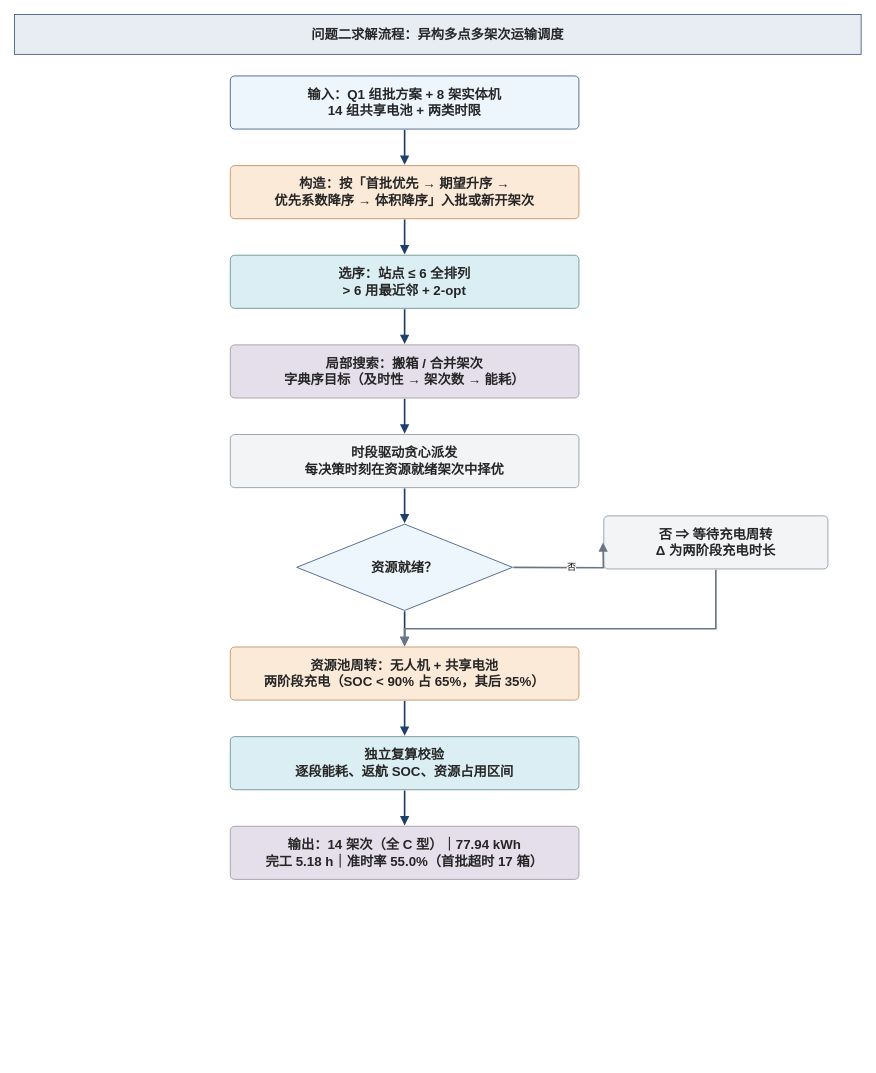
Earlier version of the draw.io diagram otheragent/diagrams/f02_flow.drawio (starfruitsz/MathAgent). Source tidied: cells renumbered, new cells numbered last; positions are measured from the earlier drawing's top-left corner, leaving out a move shared by most shapes. Both pictures are drawn from the tidied source at 83%, with x=0, y=0 at pixel (14, 14).
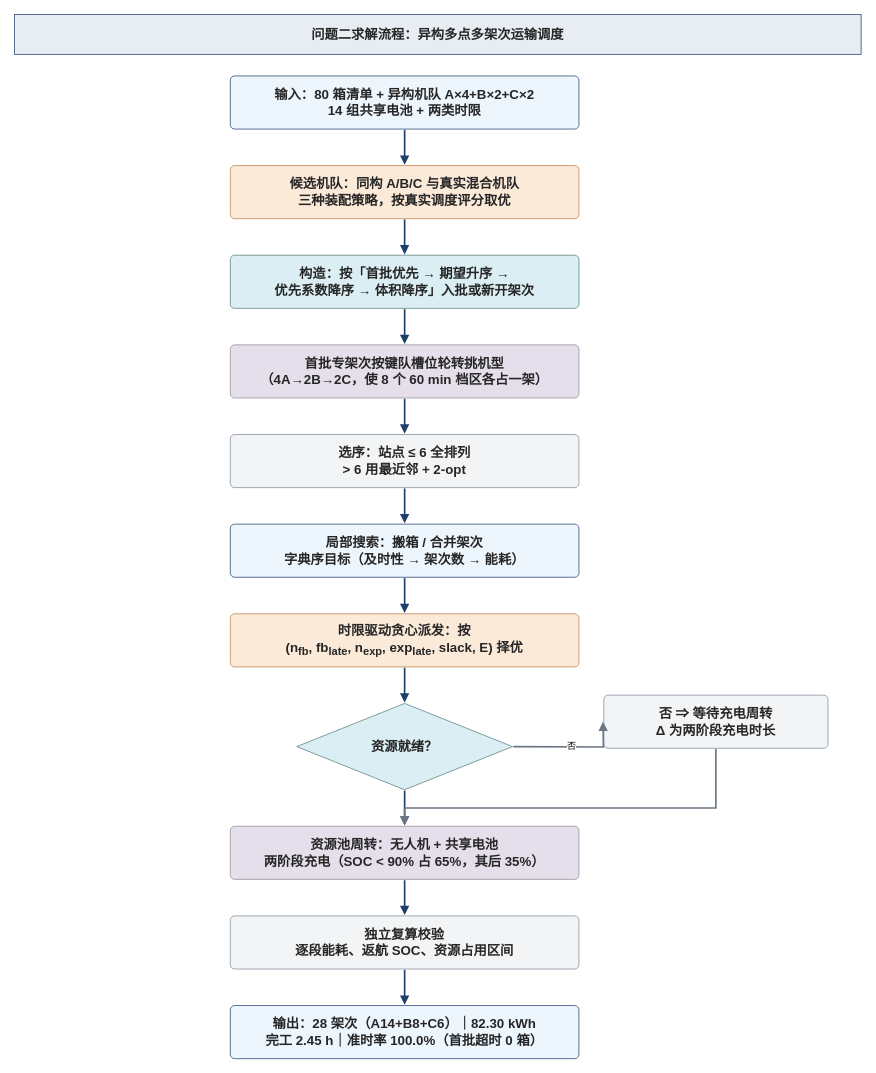
Above is the later version.

The edit, as a diff of the source:
```diff
@@
-    <mxCell id="3" value="输入：Q1 组批方案 + 8 架实体机&lt;br&gt;14 组共享电池 + 两类时限" style="rounded=1;arcSize=8;whiteSpace=wrap;html=1;fillColor=#eef6fd;strokeColor=#3b547f;strokeWidth=1;fontSize=16;fontStyle=1;fontColor=#262626;fontFamily=Microsoft YaHei,PingFang SC,Helvetica;align=center;verticalAlign=middle;" parent="1" vertex="1">
+    <mxCell id="3" value="输入：80 箱清单 + 异构机队 A×4+B×2+C×2&lt;br&gt;14 组共享电池 + 两类时限" style="rounded=1;arcSize=8;whiteSpace=wrap;html=1;fillColor=#eef6fd;strokeColor=#3b547f;strokeWidth=1;fontSize=16;fontStyle=1;fontColor=#262626;fontFamily=Microsoft YaHei,PingFang SC,Helvetica;align=center;verticalAlign=middle;" parent="1" vertex="1">
       <mxGeometry x="260" y="74" width="420" height="64" as="geometry" />
     </mxCell>
-    <mxCell id="4" value="构造：按「首批优先 → 期望升序 →&lt;br&gt;优先系数降序 → 体积降序」入批或新开架次" style="rounded=1;arcSize=8;whiteSpace=wrap;html=1;fillColor=#fcead9;strokeColor=#c08b5c;strokeWidth=1;fontSize=16;fontStyle=1;fontColor=#262626;fontFamily=Microsoft YaHei,PingFang SC,Helvetica;align=center;verticalAlign=middle;" parent="1" vertex="1">
+    <mxCell id="4" value="候选机队：同构 A/B/C 与真实混合机队&lt;br&gt;三种装配策略，按真实调度评分取优" style="rounded=1;arcSize=8;whiteSpace=wrap;html=1;fillColor=#fcead9;strokeColor=#c08b5c;strokeWidth=1;fontSize=16;fontStyle=1;fontColor=#262626;fontFamily=Microsoft YaHei,PingFang SC,Helvetica;align=center;verticalAlign=middle;" parent="1" vertex="1">
       <mxGeometry x="260" y="182" width="420" height="64" as="geometry" />
     </mxCell>
@@
-    <mxCell id="6" value="选序：站点 ≤ 6 全排列&lt;br&gt;&gt; 6 用最近邻 + 2-opt" style="rounded=1;arcSize=8;whiteSpace=wrap;html=1;fillColor=#dbeef4;strokeColor=#668d89;strokeWidth=1;fontSize=16;fontStyle=1;fontColor=#262626;fontFamily=Microsoft YaHei,PingFang SC,Helvetica;align=center;verticalAlign=middle;" parent="1" vertex="1">
+    <mxCell id="6" value="构造：按「首批优先 → 期望升序 →&lt;br&gt;优先系数降序 → 体积降序」入批或新开架次" style="rounded=1;arcSize=8;whiteSpace=wrap;html=1;fillColor=#dbeef4;strokeColor=#668d89;strokeWidth=1;fontSize=16;fontStyle=1;fontColor=#262626;fontFamily=Microsoft YaHei,PingFang SC,Helvetica;align=center;verticalAlign=middle;" parent="1" vertex="1">
       <mxGeometry x="260" y="290" width="420" height="64" as="geometry" />
     </mxCell>
@@
-    <mxCell id="8" value="局部搜索：搬箱 / 合并架次&lt;br&gt;字典序目标（及时性 → 架次数 → 能耗）" style="rounded=1;arcSize=8;whiteSpace=wrap;html=1;fillColor=#e5dfeb;strokeColor=#9b979f;strokeWidth=1;fontSize=16;fontStyle=1;fontColor=#262626;fontFamily=Microsoft YaHei,PingFang SC,Helvetica;align=center;verticalAlign=middle;" parent="1" vertex="1">
+    <mxCell id="8" value="首批专架次按键队槽位轮转挑机型&lt;br&gt;（4A→2B→2C，使 8 个 60 min 档区各占一架）" style="rounded=1;arcSize=8;whiteSpace=wrap;html=1;fillColor=#e5dfeb;strokeColor=#9b979f;strokeWidth=1;fontSize=16;fontStyle=1;fontColor=#262626;fontFamily=Microsoft YaHei,PingFang SC,Helvetica;align=center;verticalAlign=middle;" parent="1" vertex="1">
       <mxGeometry x="260" y="398" width="420" height="64" as="geometry" />
     </mxCell>
@@
-    <mxCell id="10" value="时段驱动贪心派发&lt;br&gt;每决策时刻在资源就绪架次中择优" style="rounded=1;arcSize=8;whiteSpace=wrap;html=1;fillColor=#f2f4f6;strokeColor=#8a97a3;strokeWidth=1;fontSize=16;fontStyle=1;fontColor=#262626;fontFamily=Microsoft YaHei,PingFang SC,Helvetica;align=center;verticalAlign=middle;" parent="1" vertex="1">
+    <mxCell id="10" value="选序：站点 ≤ 6 全排列&lt;br&gt;&gt; 6 用最近邻 + 2-opt" style="rounded=1;arcSize=8;whiteSpace=wrap;html=1;fillColor=#f2f4f6;strokeColor=#8a97a3;strokeWidth=1;fontSize=16;fontStyle=1;fontColor=#262626;fontFamily=Microsoft YaHei,PingFang SC,Helvetica;align=center;verticalAlign=middle;" parent="1" vertex="1">
       <mxGeometry x="260" y="506" width="420" height="64" as="geometry" />
     </mxCell>
@@
+    <mxCell id="23" value="局部搜索：搬箱 / 合并架次&lt;br&gt;字典序目标（及时性 → 架次数 → 能耗）" style="rounded=1;arcSize=8;whiteSpace=wrap;html=1;fillColor=#eef6fd;strokeColor=#3b547f;strokeWidth=1;fontSize=16;fontStyle=1;fontColor=#262626;fontFamily=Microsoft YaHei,PingFang SC,Helvetica;align=center;verticalAlign=middle;" parent="1" vertex="1">
+      <mxGeometry x="260" y="614" width="420" height="64" as="geometry" />
+    </mxCell>
+    <mxCell id="13" style="edgeStyle=orthogonalEdgeStyle;rounded=0;html=1;endArrow=block;endFill=1;endSize=6;strokeColor=#1f3f6b;strokeWidth=2;" parent="1" edge="1">
+      <mxGeometry relative="1" as="geometry">
+        <mxPoint x="470" y="571" as="sourcePoint" />
+        <mxPoint x="470" y="613" as="targetPoint" />
+      </mxGeometry>
+    </mxCell>
+    <mxCell id="24" value="时限驱动贪心派发：按&lt;br&gt;(n&lt;sub&gt;fb&lt;/sub&gt;, fb&lt;sub&gt;late&lt;/sub&gt;, n&lt;sub&gt;exp&lt;/sub&gt;, exp&lt;sub&gt;late&lt;/sub&gt;, slack, E) 择优" style="rounded=1;arcSize=8;whiteSpace=wrap;html=1;fillColor=#fcead9;strokeColor=#c08b5c;strokeWidth=1;fontSize=16;fontStyle=1;fontColor=#262626;fontFamily=Microsoft YaHei,PingFang SC,Helvetica;align=center;verticalAlign=middle;" parent="1" vertex="1">
+      <mxGeometry x="260" y="722" width="420" height="64" as="geometry" />
+    </mxCell>
+    <mxCell id="15" style="edgeStyle=orthogonalEdgeStyle;rounded=0;html=1;endArrow=block;endFill=1;endSize=6;strokeColor=#1f3f6b;strokeWidth=2;" parent="1" edge="1">
+      <mxGeometry relative="1" as="geometry">
+        <mxPoint x="470" y="679" as="sourcePoint" />
+        <mxPoint x="470" y="721" as="targetPoint" />
+      </mxGeometry>
+    </mxCell>
-    <mxCell id="12" value="资源就绪？" style="rhombus;whiteSpace=wrap;html=1;fillColor=#eef6fd;strokeColor=#3b547f;strokeWidth=1;fontSize=16;fontStyle=1;fontColor=#262626;fontFamily=Microsoft YaHei,PingFang SC,Helvetica;align=center;verticalAlign=middle;" parent="1" vertex="1">
-      <mxGeometry x="340" y="614" width="260" height="104" as="geometry" />
+    <mxCell id="12" value="资源就绪？" style="rhombus;whiteSpace=wrap;html=1;fillColor=#dbeef4;strokeColor=#668d89;strokeWidth=1;fontSize=16;fontStyle=1;fontColor=#262626;fontFamily=Microsoft YaHei,PingFang SC,Helvetica;align=center;verticalAlign=middle;" parent="1" vertex="1">
+      <mxGeometry x="340" y="830" width="260" height="104" as="geometry" />
     </mxCell>
-    <mxCell id="13" style="edgeStyle=orthogonalEdgeStyle;rounded=0;html=1;endArrow=block;endFill=1;endSize=6;strokeColor=#1f3f6b;strokeWidth=2;" parent="1" edge="1">
-      <mxGeometry relative="1" as="geometry">
-        <mxPoint x="470" y="571" as="sourcePoint" />
-        <mxPoint x="470" y="613" as="targetPoint" />
-      </mxGeometry>
-    </mxCell>
+    <mxCell id="17" style="edgeStyle=orthogonalEdgeStyle;rounded=0;html=1;endArrow=block;endFill=1;endSize=6;strokeColor=#1f3f6b;strokeWidth=2;" parent="1" edge="1">
+      <mxGeometry relative="1" as="geometry">
+        <mxPoint x="470" y="787" as="sourcePoint" />
+        <mxPoint x="470" y="829" as="targetPoint" />
+      </mxGeometry>
+    </mxCell>
     <mxCell id="14" value="否 ⇒ 等待充电周转&lt;br&gt;Δ 为两阶段充电时长" style="rounded=1;arcSize=8;whiteSpace=wrap;html=1;fillColor=#f2f4f6;strokeColor=#8a97a3;strokeWidth=1;fontSize=16;fontStyle=1;fontColor=#262626;fontFamily=Microsoft YaHei,PingFang SC,Helvetica;align=center;verticalAlign=middle;" parent="1" vertex="1">
-      <mxGeometry x="710" y="604" width="270" height="64" as="geometry" />
+      <mxGeometry x="710" y="820" width="270" height="64" as="geometry" />
     </mxCell>
-    <mxCell id="15" value="否" style="edgeStyle=orthogonalEdgeStyle;rounded=0;html=1;endArrow=block;endFill=1;endSize=6;strokeColor=#6b7684;strokeWidth=2;" parent="1" edge="1">
-      <mxGeometry relative="1" as="geometry">
-        <mxPoint x="601" y="666" as="sourcePoint" />
-        <mxPoint x="709" y="636" as="targetPoint" />
-      </mxGeometry>
-    </mxCell>
+    <mxCell id="25" value="否" style="edgeStyle=orthogonalEdgeStyle;rounded=0;html=1;endArrow=block;endFill=1;endSize=6;strokeColor=#6b7684;strokeWidth=2;" parent="1" edge="1">
+      <mxGeometry relative="1" as="geometry">
+        <mxPoint x="601" y="882" as="sourcePoint" />
+        <mxPoint x="709" y="852" as="targetPoint" />
+      </mxGeometry>
+    </mxCell>
-    <mxCell id="16" value="资源池周转：无人机 + 共享电池&lt;br&gt;两阶段充电（SOC &lt; 90% 占 65%，其后 35%）" style="rounded=1;arcSize=8;whiteSpace=wrap;html=1;fillColor=#fcead9;strokeColor=#c08b5c;strokeWidth=1;fontSize=16;fontStyle=1;fontColor=#262626;fontFamily=Microsoft YaHei,PingFang SC,Helvetica;align=center;verticalAlign=middle;" parent="1" vertex="1">
-      <mxGeometry x="260" y="762" width="420" height="64" as="geometry" />
+    <mxCell id="16" value="资源池周转：无人机 + 共享电池&lt;br&gt;两阶段充电（SOC &lt; 90% 占 65%，其后 35%）" style="rounded=1;arcSize=8;whiteSpace=wrap;html=1;fillColor=#e5dfeb;strokeColor=#9b979f;strokeWidth=1;fontSize=16;fontStyle=1;fontColor=#262626;fontFamily=Microsoft YaHei,PingFang SC,Helvetica;align=center;verticalAlign=middle;" parent="1" vertex="1">
+      <mxGeometry x="260" y="978" width="420" height="64" as="geometry" />
     </mxCell>
-    <mxCell id="17" style="edgeStyle=orthogonalEdgeStyle;rounded=0;html=1;endArrow=block;endFill=1;endSize=6;strokeColor=#1f3f6b;strokeWidth=2;" parent="1" edge="1">
-      <mxGeometry relative="1" as="geometry">
-        <mxPoint x="470" y="719" as="sourcePoint" />
-        <mxPoint x="470" y="761" as="targetPoint" />
-      </mxGeometry>
-    </mxCell>
-    <mxCell id="18" style="edgeStyle=orthogonalEdgeStyle;rounded=0;html=1;endArrow=block;endFill=1;endSize=6;strokeColor=#6b7684;strokeWidth=2;" parent="1" edge="1">
-      <mxGeometry relative="1" as="geometry">
-        <mxPoint x="845" y="669" as="sourcePoint" />
-        <mxPoint x="470" y="761" as="targetPoint" />
-        <Array as="points">
-          <mxPoint x="845" y="740" />
-          <mxPoint x="470" y="740" />
-        </Array>
-      </mxGeometry>
-    </mxCell>
+    <mxCell id="26" style="edgeStyle=orthogonalEdgeStyle;rounded=0;html=1;endArrow=block;endFill=1;endSize=6;strokeColor=#1f3f6b;strokeWidth=2;" parent="1" edge="1">
+      <mxGeometry relative="1" as="geometry">
+        <mxPoint x="470" y="935" as="sourcePoint" />
+        <mxPoint x="470" y="977" as="targetPoint" />
+      </mxGeometry>
+    </mxCell>
+    <mxCell id="22" style="edgeStyle=orthogonalEdgeStyle;rounded=0;html=1;endArrow=block;endFill=1;endSize=6;strokeColor=#6b7684;strokeWidth=2;" parent="1" edge="1">
+      <mxGeometry relative="1" as="geometry">
+        <mxPoint x="845" y="885" as="sourcePoint" />
+        <mxPoint x="470" y="977" as="targetPoint" />
+        <Array as="points">
+          <mxPoint x="845" y="956" />
+          <mxPoint x="470" y="956" />
+        </Array>
+      </mxGeometry>
+    </mxCell>
-    <mxCell id="19" value="独立复算校验&lt;br&gt;逐段能耗、返航 SOC、资源占用区间" style="rounded=1;arcSize=8;whiteSpace=wrap;html=1;fillColor=#dbeef4;strokeColor=#668d89;strokeWidth=1;fontSize=16;fontStyle=1;fontColor=#262626;fontFamily=Microsoft YaHei,PingFang SC,Helvetica;align=center;verticalAlign=middle;" parent="1" vertex="1">
-      <mxGeometry x="260" y="870" width="420" height="64" as="geometry" />
+    <mxCell id="19" value="独立复算校验&lt;br&gt;逐段能耗、返航 SOC、资源占用区间" style="rounded=1;arcSize=8;whiteSpace=wrap;html=1;fillColor=#f2f4f6;strokeColor=#8a97a3;strokeWidth=1;fontSize=16;fontStyle=1;fontColor=#262626;fontFamily=Microsoft YaHei,PingFang SC,Helvetica;align=center;verticalAlign=middle;" parent="1" vertex="1">
+      <mxGeometry x="260" y="1086" width="420" height="64" as="geometry" />
     </mxCell>
-    <mxCell id="20" style="edgeStyle=orthogonalEdgeStyle;rounded=0;html=1;endArrow=block;endFill=1;endSize=6;strokeColor=#1f3f6b;strokeWidth=2;" parent="1" edge="1">
-      <mxGeometry relative="1" as="geometry">
-        <mxPoint x="470" y="827" as="sourcePoint" />
-        <mxPoint x="470" y="869" as="targetPoint" />
-      </mxGeometry>
-    </mxCell>
-    <mxCell id="21" value="输出：14 架次（全 C 型）｜77.94 kWh&lt;br&gt;完工 5.18 h｜准时率 55.0%（首批超时 17 箱）" style="rounded=1;arcSize=8;whiteSpace=wrap;html=1;fillColor=#e5dfeb;strokeColor=#9b979f;strokeWidth=1;fontSize=16;fontStyle=1;fontColor=#262626;fontFamily=Microsoft YaHei,PingFang SC,Helvetica;align=center;verticalAlign=middle;" parent="1" vertex="1">
-      <mxGeometry x="260" y="978" width="420" height="64" as="geometry" />
-    </mxCell>
-    <mxCell id="22" style="edgeStyle=orthogonalEdgeStyle;rounded=0;html=1;endArrow=block;endFill=1;endSize=6;strokeColor=#1f3f6b;strokeWidth=2;" parent="1" edge="1">
-      <mxGeometry relative="1" as="geometry">
-        <mxPoint x="470" y="935" as="sourcePoint" />
-        <mxPoint x="470" y="977" as="targetPoint" />
-      </mxGeometry>
-    </mxCell>
+    <mxCell id="27" style="edgeStyle=orthogonalEdgeStyle;rounded=0;html=1;endArrow=block;endFill=1;endSize=6;strokeColor=#1f3f6b;strokeWidth=2;" parent="1" edge="1">
+      <mxGeometry relative="1" as="geometry">
+        <mxPoint x="470" y="1043" as="sourcePoint" />
+        <mxPoint x="470" y="1085" as="targetPoint" />
+      </mxGeometry>
+    </mxCell>
+    <mxCell id="28" value="输出：28 架次（A14+B8+C6）｜82.30 kWh&lt;br&gt;完工 2.45 h｜准时率 100.0%（首批超时 0 箱）" style="rounded=1;arcSize=8;whiteSpace=wrap;html=1;fillColor=#eef6fd;strokeColor=#3b547f;strokeWidth=1;fontSize=16;fontStyle=1;fontColor=#262626;fontFamily=Microsoft YaHei,PingFang SC,Helvetica;align=center;verticalAlign=middle;" parent="1" vertex="1">
+      <mxGeometry x="260" y="1194" width="420" height="64" as="geometry" />
+    </mxCell>
+    <mxCell id="29" style="edgeStyle=orthogonalEdgeStyle;rounded=0;html=1;endArrow=block;endFill=1;endSize=6;strokeColor=#1f3f6b;strokeWidth=2;" parent="1" edge="1">
+      <mxGeometry relative="1" as="geometry">
+        <mxPoint x="470" y="1151" as="sourcePoint" />
+        <mxPoint x="470" y="1193" as="targetPoint" />
+      </mxGeometry>
+    </mxCell>
```
